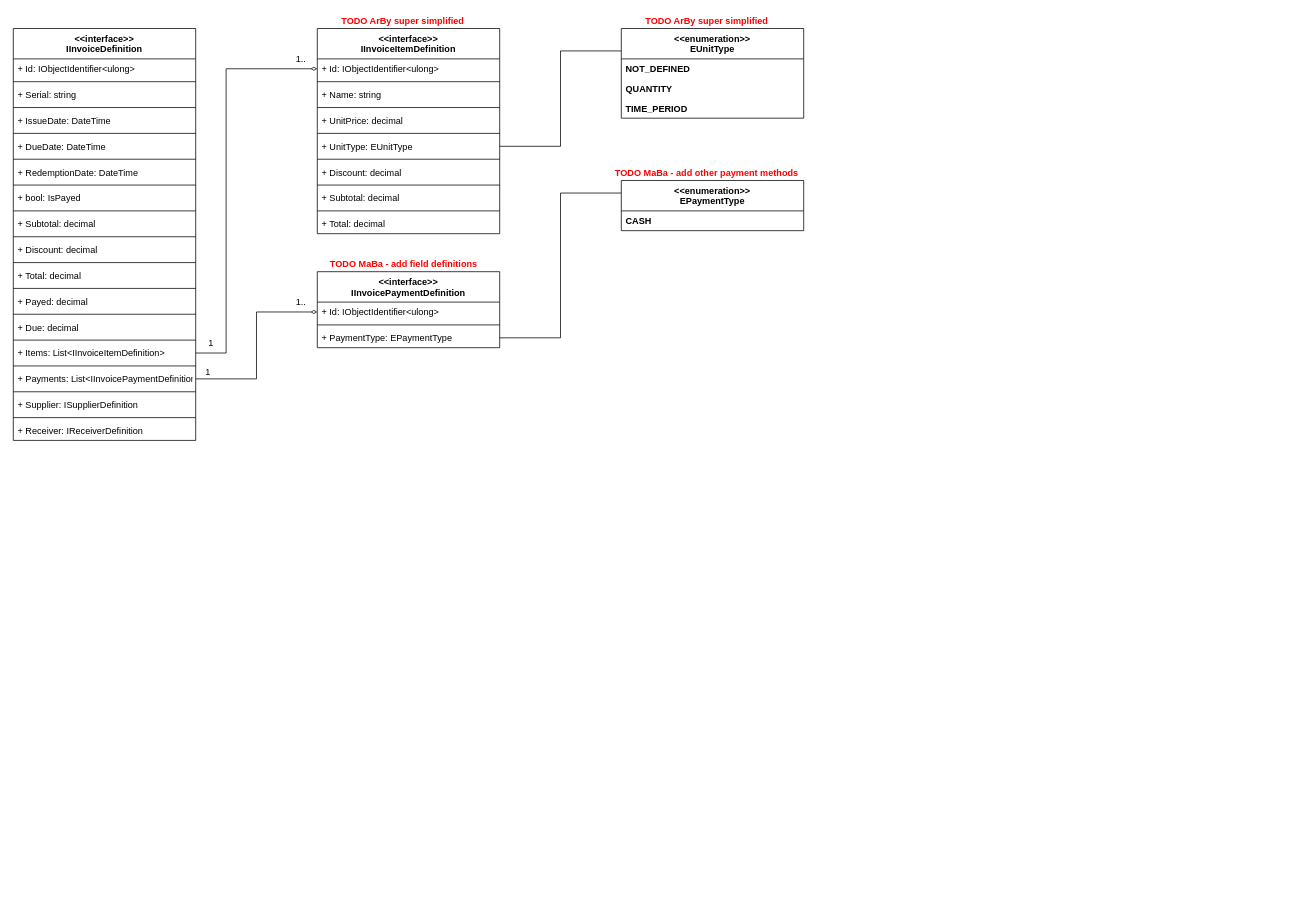
Above: Documentation/Diagrams/UML-Model/ivms-model-uml-source.drawio in MaciejBesaraba/wsei-InvoiceManagmentStudio (draw.io), before the change. Source tidied: cells renumbered, new cells numbered last; positions are measured from the earlier drawing's top-left corner, leaving out a move shared by most shapes. Both pictures are drawn from the tidied source at 76%, with x=0, y=0 at pixel (13, 13).
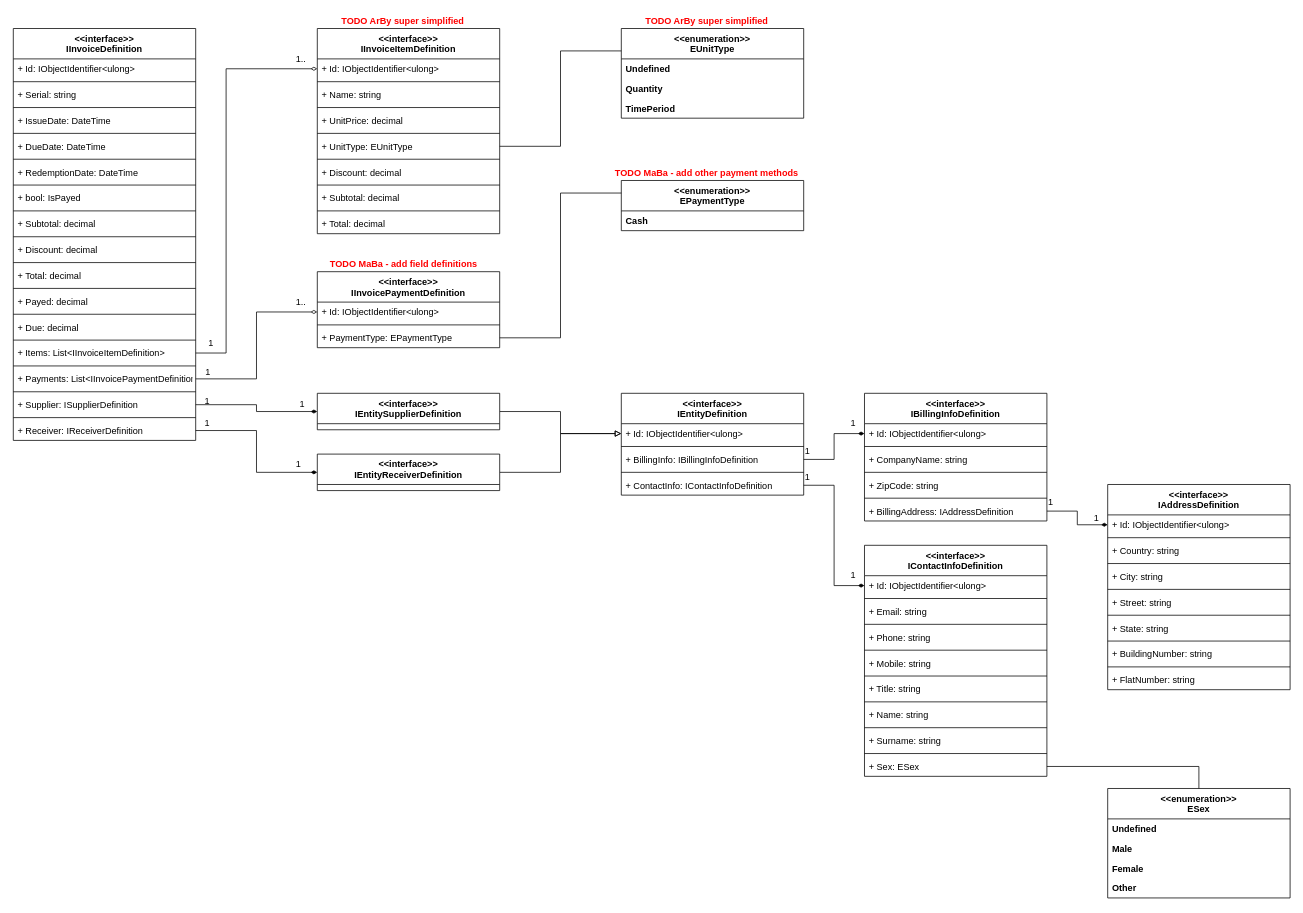
After the change.

Commit message (it also covers changes not shown here):
update uml diagrams

Unchanged cells that the change refers to:
```xml
<mxCell id="29" value="+ Supplier: ISupplierDefinition" style="text;strokeColor=none;fillColor=none;align=left;verticalAlign=top;spacingLeft=4;spacingRight=4;overflow=hidden;points=[[0,0.5],[1,0.5]];portConstraint=eastwest;" parent="2" vertex="1">
  <mxGeometry y="482" width="240" height="26" as="geometry" />
</mxCell>
<mxCell id="31" value="+ Receiver: IReceiverDefinition" style="text;strokeColor=none;fillColor=none;align=left;verticalAlign=top;spacingLeft=4;spacingRight=4;overflow=hidden;points=[[0,0.5],[1,0.5]];portConstraint=eastwest;" parent="2" vertex="1">
  <mxGeometry y="516" width="240" height="26" as="geometry" />
</mxCell>
<mxCell id="50" value="&lt;&lt;enumeration&gt;&gt;&#10;EUnitType" style="swimlane;fontStyle=1;align=center;verticalAlign=top;horizontal=1;startSize=40;" parent="1" vertex="1">
  <mxGeometry x="800" y="20" width="240" height="118" as="geometry" />
</mxCell>
<mxCell id="60" value="&lt;&lt;enumeration&gt;&gt;&#10;EPaymentType" style="swimlane;fontStyle=1;align=center;verticalAlign=top;horizontal=1;startSize=40;" parent="1" vertex="1">
  <mxGeometry x="800" y="220" width="240" height="66" as="geometry" />
</mxCell>
```

Diff of the diagram source:
```diff
@@
-    <mxCell id="51" value="NOT_DEFINED" style="text;strokeColor=none;fillColor=none;align=left;verticalAlign=top;spacingLeft=4;spacingRight=4;overflow=hidden;fontStyle=1;" parent="50" vertex="1">
+    <mxCell id="51" value="Undefined" style="text;strokeColor=none;fillColor=none;align=left;verticalAlign=top;spacingLeft=4;spacingRight=4;overflow=hidden;fontStyle=1;" parent="50" vertex="1">
       <mxGeometry y="40" width="240" height="26" as="geometry" />
     </mxCell>
-    <mxCell id="52" value="QUANTITY" style="text;strokeColor=none;fillColor=none;align=left;verticalAlign=top;spacingLeft=4;spacingRight=4;overflow=hidden;fontStyle=1;" parent="50" vertex="1">
+    <mxCell id="52" value="Quantity" style="text;strokeColor=none;fillColor=none;align=left;verticalAlign=top;spacingLeft=4;spacingRight=4;overflow=hidden;fontStyle=1;" parent="50" vertex="1">
       <mxGeometry y="66" width="240" height="26" as="geometry" />
     </mxCell>
-    <mxCell id="53" value="TIME_PERIOD" style="text;strokeColor=none;fillColor=none;align=left;verticalAlign=top;spacingLeft=4;spacingRight=4;overflow=hidden;fontStyle=1;" parent="50" vertex="1">
+    <mxCell id="53" value="TimePeriod" style="text;strokeColor=none;fillColor=none;align=left;verticalAlign=top;spacingLeft=4;spacingRight=4;overflow=hidden;fontStyle=1;" parent="50" vertex="1">
       <mxGeometry y="92" width="240" height="26" as="geometry" />
     </mxCell>
@@
-    <mxCell id="61" value="CASH" style="text;strokeColor=none;fillColor=none;align=left;verticalAlign=top;spacingLeft=4;spacingRight=4;overflow=hidden;fontStyle=1;" parent="60" vertex="1">
+    <mxCell id="61" value="Cash" style="text;strokeColor=none;fillColor=none;align=left;verticalAlign=top;spacingLeft=4;spacingRight=4;overflow=hidden;fontStyle=1;" parent="60" vertex="1">
       <mxGeometry y="40" width="240" height="26" as="geometry" />
     </mxCell>
@@
+    <mxCell id="68" style="edgeStyle=orthogonalEdgeStyle;rounded=0;jettySize=auto;html=1;exitX=1;exitY=0.5;exitDx=0;exitDy=0;entryX=0;entryY=0.5;entryDx=0;entryDy=0;endArrow=block;endFill=0;startArrow=none;startFill=0;" parent="1" edge="1" source="69" target="73">
+      <mxGeometry relative="1" as="geometry" />
+    </mxCell>
+    <mxCell id="69" value="&lt;&lt;interface&gt;&gt;&#10;IEntitySupplierDefinition" style="swimlane;fontStyle=1;align=center;verticalAlign=top;horizontal=1;startSize=40;" parent="1" vertex="1">
+      <mxGeometry x="400" y="500" width="240" height="48" as="geometry" />
+    </mxCell>
+    <mxCell id="70" style="edgeStyle=orthogonalEdgeStyle;rounded=0;jettySize=auto;html=1;exitX=1;exitY=0.5;exitDx=0;exitDy=0;endArrow=block;endFill=0;startArrow=none;startFill=0;entryX=0;entryY=0.5;entryDx=0;entryDy=0;" parent="1" edge="1" source="71" target="73">
+      <mxGeometry relative="1" as="geometry" />
+    </mxCell>
+    <mxCell id="71" value="&lt;&lt;interface&gt;&gt;&#10;IEntityReceiverDefinition" style="swimlane;fontStyle=1;align=center;verticalAlign=top;horizontal=1;startSize=40;" parent="1" vertex="1">
+      <mxGeometry x="400" y="580" width="240" height="48" as="geometry" />
+    </mxCell>
+    <mxCell id="72" value="&lt;&lt;interface&gt;&gt;&#10;IEntityDefinition" style="swimlane;fontStyle=1;align=center;verticalAlign=top;horizontal=1;startSize=40;" parent="1" vertex="1">
+      <mxGeometry x="800" y="500" width="240" height="134" as="geometry" />
+    </mxCell>
+    <mxCell id="73" value="+ Id: IObjectIdentifier&lt;ulong&gt;" style="text;strokeColor=none;fillColor=none;align=left;verticalAlign=top;spacingLeft=4;spacingRight=4;overflow=hidden;points=[[0,0.5],[1,0.5]];portConstraint=eastwest;" parent="72" vertex="1">
+      <mxGeometry y="40" width="240" height="26" as="geometry" />
+    </mxCell>
+    <mxCell id="74" style="line;strokeWidth=1;fillColor=none;align=left;verticalAlign=middle;spacingTop=-1;spacingLeft=3;spacingRight=3;labelPosition=right;" parent="72" vertex="1">
+      <mxGeometry y="66" width="240" height="8" as="geometry" />
+    </mxCell>
+    <mxCell id="75" value="+ BillingInfo: IBillingInfoDefinition" style="text;strokeColor=none;fillColor=none;align=left;verticalAlign=top;spacingLeft=4;spacingRight=4;overflow=hidden;points=[[0,0.5],[1,0.5]];portConstraint=eastwest;" parent="72" vertex="1">
+      <mxGeometry y="74" width="240" height="26" as="geometry" />
+    </mxCell>
+    <mxCell id="76" style="line;strokeWidth=1;fillColor=none;align=left;verticalAlign=middle;spacingTop=-1;spacingLeft=3;spacingRight=3;labelPosition=right;" parent="72" vertex="1">
+      <mxGeometry y="100" width="240" height="8" as="geometry" />
+    </mxCell>
+    <mxCell id="77" value="+ ContactInfo: IContactInfoDefinition" style="text;strokeColor=none;fillColor=none;align=left;verticalAlign=top;spacingLeft=4;spacingRight=4;overflow=hidden;points=[[0,0.5],[1,0.5]];portConstraint=eastwest;" parent="72" vertex="1">
+      <mxGeometry y="108" width="240" height="26" as="geometry" />
+    </mxCell>
+    <mxCell id="78" style="edgeStyle=orthogonalEdgeStyle;rounded=0;jettySize=auto;html=1;exitX=1;exitY=0.5;exitDx=0;exitDy=0;entryX=0;entryY=0.5;entryDx=0;entryDy=0;endArrow=diamondThin;endFill=1;" parent="1" edge="1" source="29" target="69">
+      <mxGeometry relative="1" as="geometry" />
+    </mxCell>
+    <mxCell id="79" style="edgeStyle=orthogonalEdgeStyle;rounded=0;jettySize=auto;html=1;exitX=1;exitY=0.5;exitDx=0;exitDy=0;entryX=0;entryY=0.5;entryDx=0;entryDy=0;endArrow=diamondThin;endFill=1;" parent="1" edge="1" source="31" target="71">
+      <mxGeometry relative="1" as="geometry" />
+    </mxCell>
+    <mxCell id="80" value="1" style="text;html=1;align=left;verticalAlign=top;spacingTop=-4;" parent="1" vertex="1">
+      <mxGeometry x="250" y="500" width="20" height="20" as="geometry" />
+    </mxCell>
+    <mxCell id="81" value="1" style="text;html=1;align=left;verticalAlign=top;spacingTop=-4;" parent="1" vertex="1">
+      <mxGeometry x="375" y="504" width="20" height="20" as="geometry" />
+    </mxCell>
+    <mxCell id="82" value="1" style="text;html=1;align=left;verticalAlign=top;spacingTop=-4;" parent="1" vertex="1">
+      <mxGeometry x="250" y="530" width="20" height="20" as="geometry" />
+    </mxCell>
+    <mxCell id="83" value="1" style="text;html=1;align=left;verticalAlign=top;spacingTop=-4;" parent="1" vertex="1">
+      <mxGeometry x="370" y="584" width="20" height="20" as="geometry" />
+    </mxCell>
+    <mxCell id="84" value="&lt;&lt;interface&gt;&gt;&#10;IBillingInfoDefinition" style="swimlane;fontStyle=1;align=center;verticalAlign=top;horizontal=1;startSize=40;" parent="1" vertex="1">
+      <mxGeometry x="1120" y="500" width="240" height="168" as="geometry" />
+    </mxCell>
+    <mxCell id="85" value="+ Id: IObjectIdentifier&lt;ulong&gt;" style="text;strokeColor=none;fillColor=none;align=left;verticalAlign=top;spacingLeft=4;spacingRight=4;overflow=hidden;points=[[0,0.5],[1,0.5]];portConstraint=eastwest;" parent="84" vertex="1">
+      <mxGeometry y="40" width="240" height="26" as="geometry" />
+    </mxCell>
+    <mxCell id="86" style="line;strokeWidth=1;fillColor=none;align=left;verticalAlign=middle;spacingTop=-1;spacingLeft=3;spacingRight=3;labelPosition=right;" parent="84" vertex="1">
+      <mxGeometry y="66" width="240" height="8" as="geometry" />
+    </mxCell>
+    <mxCell id="87" value="+ CompanyName: string" style="text;strokeColor=none;fillColor=none;align=left;verticalAlign=top;spacingLeft=4;spacingRight=4;overflow=hidden;" parent="84" vertex="1">
+      <mxGeometry y="74" width="240" height="26" as="geometry" />
+    </mxCell>
+    <mxCell id="88" style="line;strokeWidth=1;fillColor=none;align=left;verticalAlign=middle;spacingTop=-1;spacingLeft=3;spacingRight=3;labelPosition=right;" parent="84" vertex="1">
+      <mxGeometry y="100" width="240" height="8" as="geometry" />
+    </mxCell>
+    <mxCell id="89" value="+ ZipCode: string" style="text;strokeColor=none;fillColor=none;align=left;verticalAlign=top;spacingLeft=4;spacingRight=4;overflow=hidden;" parent="84" vertex="1">
+      <mxGeometry y="108" width="240" height="26" as="geometry" />
+    </mxCell>
+    <mxCell id="90" style="line;strokeWidth=1;fillColor=none;align=left;verticalAlign=middle;spacingTop=-1;spacingLeft=3;spacingRight=3;labelPosition=right;" parent="84" vertex="1">
+      <mxGeometry y="134" width="240" height="8" as="geometry" />
+    </mxCell>
+    <mxCell id="91" value="+ BillingAddress: IAddressDefinition" style="text;strokeColor=none;fillColor=none;align=left;verticalAlign=top;spacingLeft=4;spacingRight=4;overflow=hidden;points=[[0,0.5],[1,0.5]];portConstraint=eastwest;" parent="84" vertex="1">
+      <mxGeometry y="142" width="240" height="26" as="geometry" />
+    </mxCell>
+    <mxCell id="92" value="&lt;&lt;interface&gt;&gt;&#10;IContactInfoDefinition" style="swimlane;fontStyle=1;align=center;verticalAlign=top;horizontal=1;startSize=40;" parent="1" vertex="1">
+      <mxGeometry x="1120" y="700" width="240" height="304" as="geometry" />
+    </mxCell>
+    <mxCell id="93" value="+ Id: IObjectIdentifier&lt;ulong&gt;" style="text;strokeColor=none;fillColor=none;align=left;verticalAlign=top;spacingLeft=4;spacingRight=4;overflow=hidden;points=[[0,0.5],[1,0.5]];portConstraint=eastwest;" parent="92" vertex="1">
+      <mxGeometry y="40" width="240" height="26" as="geometry" />
+    </mxCell>
+    <mxCell id="94" style="line;strokeWidth=1;fillColor=none;align=left;verticalAlign=middle;spacingTop=-1;spacingLeft=3;spacingRight=3;labelPosition=right;" parent="92" vertex="1">
+      <mxGeometry y="66" width="240" height="8" as="geometry" />
+    </mxCell>
+    <mxCell id="95" value="+ Email: string" style="text;strokeColor=none;fillColor=none;align=left;verticalAlign=top;spacingLeft=4;spacingRight=4;overflow=hidden;" parent="92" vertex="1">
+      <mxGeometry y="74" width="240" height="26" as="geometry" />
+    </mxCell>
+    <mxCell id="96" style="line;strokeWidth=1;fillColor=none;align=left;verticalAlign=middle;spacingTop=-1;spacingLeft=3;spacingRight=3;labelPosition=right;" parent="92" vertex="1">
+      <mxGeometry y="100" width="240" height="8" as="geometry" />
+    </mxCell>
+    <mxCell id="97" value="+ Phone: string" style="text;strokeColor=none;fillColor=none;align=left;verticalAlign=top;spacingLeft=4;spacingRight=4;overflow=hidden;" parent="92" vertex="1">
+      <mxGeometry y="108" width="240" height="26" as="geometry" />
+    </mxCell>
+    <mxCell id="98" style="line;strokeWidth=1;fillColor=none;align=left;verticalAlign=middle;spacingTop=-1;spacingLeft=3;spacingRight=3;labelPosition=right;" parent="92" vertex="1">
+      <mxGeometry y="134" width="240" height="8" as="geometry" />
+    </mxCell>
+    <mxCell id="99" value="+ Mobile: string" style="text;strokeColor=none;fillColor=none;align=left;verticalAlign=top;spacingLeft=4;spacingRight=4;overflow=hidden;" parent="92" vertex="1">
+      <mxGeometry y="142" width="240" height="26" as="geometry" />
+    </mxCell>
+    <mxCell id="100" style="line;strokeWidth=1;fillColor=none;align=left;verticalAlign=middle;spacingTop=-1;spacingLeft=3;spacingRight=3;labelPosition=right;" parent="92" vertex="1">
+      <mxGeometry y="168" width="240" height="8" as="geometry" />
+    </mxCell>
+    <mxCell id="101" value="+ Title: string" style="text;strokeColor=none;fillColor=none;align=left;verticalAlign=top;spacingLeft=4;spacingRight=4;overflow=hidden;" parent="92" vertex="1">
+      <mxGeometry y="176" width="240" height="26" as="geometry" />
+    </mxCell>
+    <mxCell id="102" style="line;strokeWidth=1;fillColor=none;align=left;verticalAlign=middle;spacingTop=-1;spacingLeft=3;spacingRight=3;labelPosition=right;" parent="92" vertex="1">
+      <mxGeometry y="202" width="240" height="8" as="geometry" />
+    </mxCell>
+    <mxCell id="103" value="+ Name: string" style="text;strokeColor=none;fillColor=none;align=left;verticalAlign=top;spacingLeft=4;spacingRight=4;overflow=hidden;" parent="92" vertex="1">
+      <mxGeometry y="210" width="240" height="26" as="geometry" />
+    </mxCell>
+    <mxCell id="104" style="line;strokeWidth=1;fillColor=none;align=left;verticalAlign=middle;spacingTop=-1;spacingLeft=3;spacingRight=3;labelPosition=right;" parent="92" vertex="1">
+      <mxGeometry y="236" width="240" height="8" as="geometry" />
+    </mxCell>
+    <mxCell id="105" value="+ Surname: string" style="text;strokeColor=none;fillColor=none;align=left;verticalAlign=top;spacingLeft=4;spacingRight=4;overflow=hidden;" parent="92" vertex="1">
+      <mxGeometry y="244" width="240" height="26" as="geometry" />
+    </mxCell>
+    <mxCell id="106" style="line;strokeWidth=1;fillColor=none;align=left;verticalAlign=middle;spacingTop=-1;spacingLeft=3;spacingRight=3;labelPosition=right;" parent="92" vertex="1">
+      <mxGeometry y="270" width="240" height="8" as="geometry" />
+    </mxCell>
+    <mxCell id="107" value="+ Sex: ESex" style="text;strokeColor=none;fillColor=none;align=left;verticalAlign=top;spacingLeft=4;spacingRight=4;overflow=hidden;points=[[0,0.5],[1,0.5]];portConstraint=eastwest;" parent="92" vertex="1">
+      <mxGeometry y="278" width="240" height="26" as="geometry" />
+    </mxCell>
+    <mxCell id="108" style="edgeStyle=orthogonalEdgeStyle;rounded=0;jettySize=auto;html=1;exitX=1;exitY=0.5;exitDx=0;exitDy=0;entryX=0;entryY=0.5;entryDx=0;entryDy=0;startArrow=none;startFill=0;endArrow=diamondThin;endFill=1;" parent="1" edge="1" source="75" target="85">
+      <mxGeometry relative="1" as="geometry" />
+    </mxCell>
+    <mxCell id="109" style="edgeStyle=orthogonalEdgeStyle;rounded=0;jettySize=auto;html=1;exitX=1;exitY=0.5;exitDx=0;exitDy=0;entryX=0;entryY=0.5;entryDx=0;entryDy=0;startArrow=none;startFill=0;endArrow=diamondThin;endFill=1;" parent="1" edge="1" source="77" target="93">
+      <mxGeometry relative="1" as="geometry" />
+    </mxCell>
+    <mxCell id="110" value="&lt;&lt;enumeration&gt;&gt;&#10;ESex" style="swimlane;fontStyle=1;align=center;verticalAlign=top;horizontal=1;startSize=40;" parent="1" vertex="1">
+      <mxGeometry x="1440" y="1020" width="240" height="144" as="geometry" />
+    </mxCell>
+    <mxCell id="111" value="Undefined" style="text;strokeColor=none;fillColor=none;align=left;verticalAlign=top;spacingLeft=4;spacingRight=4;overflow=hidden;fontStyle=1;" parent="110" vertex="1">
+      <mxGeometry y="40" width="240" height="26" as="geometry" />
+    </mxCell>
+    <mxCell id="112" value="Male" style="text;strokeColor=none;fillColor=none;align=left;verticalAlign=top;spacingLeft=4;spacingRight=4;overflow=hidden;fontStyle=1;" parent="110" vertex="1">
+      <mxGeometry y="66" width="240" height="26" as="geometry" />
+    </mxCell>
+    <mxCell id="113" value="Female" style="text;strokeColor=none;fillColor=none;align=left;verticalAlign=top;spacingLeft=4;spacingRight=4;overflow=hidden;fontStyle=1;" parent="110" vertex="1">
+      <mxGeometry y="92" width="240" height="26" as="geometry" />
+    </mxCell>
+    <mxCell id="114" value="Other" style="text;strokeColor=none;fillColor=none;align=left;verticalAlign=top;spacingLeft=4;spacingRight=4;overflow=hidden;fontStyle=1;" parent="110" vertex="1">
+      <mxGeometry y="118" width="240" height="26" as="geometry" />
+    </mxCell>
+    <mxCell id="115" style="edgeStyle=orthogonalEdgeStyle;rounded=0;jettySize=auto;html=1;exitX=1;exitY=0.5;exitDx=0;exitDy=0;entryX=0.5;entryY=0;entryDx=0;entryDy=0;startArrow=none;startFill=0;endArrow=none;endFill=0;" parent="1" edge="1" source="107" target="110">
+      <mxGeometry relative="1" as="geometry" />
+    </mxCell>
+    <mxCell id="116" value="&lt;&lt;interface&gt;&gt;&#10;IAddressDefinition" style="swimlane;fontStyle=1;align=center;verticalAlign=top;horizontal=1;startSize=40;" parent="1" vertex="1">
+      <mxGeometry x="1440" y="620" width="240" height="270" as="geometry" />
+    </mxCell>
+    <mxCell id="117" value="+ Id: IObjectIdentifier&lt;ulong&gt;" style="text;strokeColor=none;fillColor=none;align=left;verticalAlign=top;spacingLeft=4;spacingRight=4;overflow=hidden;points=[[0,0.5],[1,0.5]];portConstraint=eastwest;" parent="116" vertex="1">
+      <mxGeometry y="40" width="240" height="26" as="geometry" />
+    </mxCell>
+    <mxCell id="118" style="line;strokeWidth=1;fillColor=none;align=left;verticalAlign=middle;spacingTop=-1;spacingLeft=3;spacingRight=3;labelPosition=right;" parent="116" vertex="1">
+      <mxGeometry y="66" width="240" height="8" as="geometry" />
+    </mxCell>
+    <mxCell id="119" value="+ Country: string" style="text;strokeColor=none;fillColor=none;align=left;verticalAlign=top;spacingLeft=4;spacingRight=4;overflow=hidden;" parent="116" vertex="1">
+      <mxGeometry y="74" width="240" height="26" as="geometry" />
+    </mxCell>
+    <mxCell id="120" style="line;strokeWidth=1;fillColor=none;align=left;verticalAlign=middle;spacingTop=-1;spacingLeft=3;spacingRight=3;labelPosition=right;" parent="116" vertex="1">
+      <mxGeometry y="100" width="240" height="8" as="geometry" />
+    </mxCell>
+    <mxCell id="121" value="+ City: string" style="text;strokeColor=none;fillColor=none;align=left;verticalAlign=top;spacingLeft=4;spacingRight=4;overflow=hidden;" parent="116" vertex="1">
+      <mxGeometry y="108" width="240" height="26" as="geometry" />
+    </mxCell>
+    <mxCell id="122" style="line;strokeWidth=1;fillColor=none;align=left;verticalAlign=middle;spacingTop=-1;spacingLeft=3;spacingRight=3;labelPosition=right;" parent="116" vertex="1">
+      <mxGeometry y="134" width="240" height="8" as="geometry" />
+    </mxCell>
+    <mxCell id="123" value="+ Street: string" style="text;strokeColor=none;fillColor=none;align=left;verticalAlign=top;spacingLeft=4;spacingRight=4;overflow=hidden;" parent="116" vertex="1">
+      <mxGeometry y="142" width="240" height="26" as="geometry" />
+    </mxCell>
+    <mxCell id="124" style="line;strokeWidth=1;fillColor=none;align=left;verticalAlign=middle;spacingTop=-1;spacingLeft=3;spacingRight=3;labelPosition=right;" parent="116" vertex="1">
+      <mxGeometry y="168" width="240" height="8" as="geometry" />
+    </mxCell>
+    <mxCell id="125" value="+ State: string" style="text;strokeColor=none;fillColor=none;align=left;verticalAlign=top;spacingLeft=4;spacingRight=4;overflow=hidden;" parent="116" vertex="1">
+      <mxGeometry y="176" width="240" height="26" as="geometry" />
+    </mxCell>
+    <mxCell id="126" style="line;strokeWidth=1;fillColor=none;align=left;verticalAlign=middle;spacingTop=-1;spacingLeft=3;spacingRight=3;labelPosition=right;" parent="116" vertex="1">
+      <mxGeometry y="202" width="240" height="8" as="geometry" />
+    </mxCell>
+    <mxCell id="127" value="+ BuildingNumber: string" style="text;strokeColor=none;fillColor=none;align=left;verticalAlign=top;spacingLeft=4;spacingRight=4;overflow=hidden;" parent="116" vertex="1">
+      <mxGeometry y="210" width="240" height="26" as="geometry" />
+    </mxCell>
+    <mxCell id="128" style="line;strokeWidth=1;fillColor=none;align=left;verticalAlign=middle;spacingTop=-1;spacingLeft=3;spacingRight=3;labelPosition=right;" parent="116" vertex="1">
+      <mxGeometry y="236" width="240" height="8" as="geometry" />
+    </mxCell>
+    <mxCell id="129" value="+ FlatNumber: string" style="text;strokeColor=none;fillColor=none;align=left;verticalAlign=top;spacingLeft=4;spacingRight=4;overflow=hidden;" parent="116" vertex="1">
+      <mxGeometry y="244" width="240" height="26" as="geometry" />
+    </mxCell>
+    <mxCell id="130" value="1" style="text;html=1;align=left;verticalAlign=top;spacingTop=-4;" parent="1" vertex="1">
+      <mxGeometry x="1040" y="567" width="20" height="20" as="geometry" />
+    </mxCell>
+    <mxCell id="131" value="1" style="text;html=1;align=left;verticalAlign=top;spacingTop=-4;" parent="1" vertex="1">
+      <mxGeometry x="1040" y="600" width="20" height="20" as="geometry" />
+    </mxCell>
+    <mxCell id="132" value="1" style="text;html=1;align=left;verticalAlign=top;spacingTop=-4;" parent="1" vertex="1">
+      <mxGeometry x="1100" y="530" width="20" height="20" as="geometry" />
+    </mxCell>
+    <mxCell id="133" value="1" style="text;html=1;align=left;verticalAlign=top;spacingTop=-4;" parent="1" vertex="1">
+      <mxGeometry x="1100" y="730" width="20" height="20" as="geometry" />
+    </mxCell>
+    <mxCell id="134" style="edgeStyle=orthogonalEdgeStyle;rounded=0;jettySize=auto;html=1;exitX=1;exitY=0.5;exitDx=0;exitDy=0;entryX=0;entryY=0.5;entryDx=0;entryDy=0;startArrow=none;startFill=0;endArrow=diamondThin;endFill=1;" parent="1" edge="1" source="91" target="117">
+      <mxGeometry relative="1" as="geometry" />
+    </mxCell>
+    <mxCell id="135" value="1" style="text;html=1;align=left;verticalAlign=top;spacingTop=-4;" parent="1" vertex="1">
+      <mxGeometry x="1360" y="634" width="20" height="20" as="geometry" />
+    </mxCell>
+    <mxCell id="136" value="1" style="text;html=1;align=left;verticalAlign=top;spacingTop=-4;" parent="1" vertex="1">
+      <mxGeometry x="1420" y="654" width="20" height="20" as="geometry" />
+    </mxCell>
```
